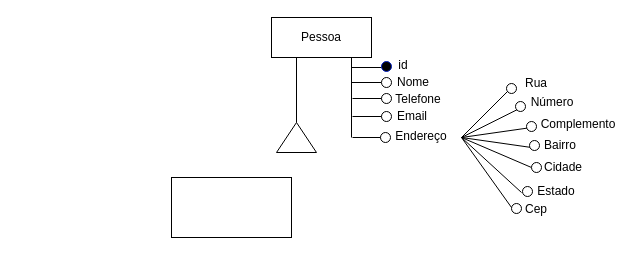
Earlier version of the draw.io diagram Untitled Diagram.drawio (carlosti1099/Universidade). Source tidied: cells renumbered, new cells numbered last; positions are measured from the earlier drawing's top-left corner, leaving out a move shared by most shapes. Both pictures are drawn from the tidied source at 100%, with x=0, y=0 at pixel (171, 17).
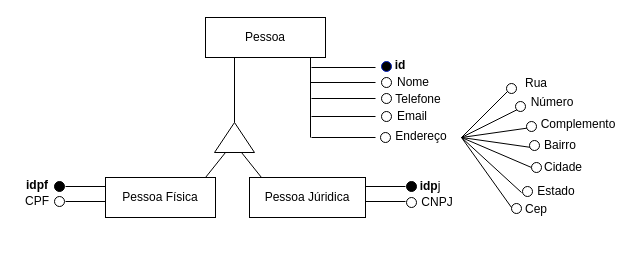
After the change.

The edit, as a diff of the source:
```diff
@@
     <mxCell id="2" value="Pessoa" style="rounded=0;whiteSpace=wrap;html=1;" parent="1" vertex="1">
-      <mxGeometry x="100" width="100" height="40" as="geometry" />
+      <mxGeometry x="34" width="120" height="40" as="geometry" />
     </mxCell>
     <mxCell id="3" style="triangle;whiteSpace=wrap;html=1;rotation=-90;" parent="1" vertex="1">
-      <mxGeometry x="110" y="100" width="30" height="40" as="geometry" />
+      <mxGeometry x="48" y="100" width="30" height="40" as="geometry" />
     </mxCell>
-    <mxCell id="4" style="endArrow=none;html=1;exitX=1;exitY=0.5;exitDx=0;exitDy=0;" parent="1" edge="1" source="3">
+    <mxCell id="4" style="endArrow=none;html=1;exitX=1;exitY=0.5;exitDx=0;exitDy=0;" parent="1" edge="1">
       <mxGeometry relative="1" as="geometry">
-        <mxPoint x="125" y="40" as="targetPoint" />
+        <mxPoint x="63" y="105" as="sourcePoint" />
+        <mxPoint x="63" y="40" as="targetPoint" />
       </mxGeometry>
     </mxCell>
     <mxCell id="5" style="endArrow=none;html=1;" parent="1" edge="1">
       <mxGeometry relative="1" as="geometry">
-        <mxPoint x="180" y="120" as="sourcePoint" />
-        <mxPoint x="180" y="40" as="targetPoint" />
+        <mxPoint x="139" y="120" as="sourcePoint" />
+        <mxPoint x="139" y="40" as="targetPoint" />
       </mxGeometry>
     </mxCell>
     <mxCell id="6" style="endArrow=none;html=1;" parent="1" edge="1">
       <mxGeometry relative="1" as="geometry">
-        <mxPoint x="180" y="50" as="sourcePoint" />
-        <mxPoint x="210" y="50" as="targetPoint" />
+        <mxPoint x="140" y="50" as="sourcePoint" />
+        <mxPoint x="204" y="50" as="targetPoint" />
       </mxGeometry>
     </mxCell>
     <mxCell id="7" style="endArrow=none;html=1;" parent="1" edge="1">
       <mxGeometry relative="1" as="geometry">
-        <mxPoint x="180" y="65" as="sourcePoint" />
-        <mxPoint x="210" y="65" as="targetPoint" />
+        <mxPoint x="139" y="65" as="sourcePoint" />
+        <mxPoint x="204" y="65" as="targetPoint" />
       </mxGeometry>
     </mxCell>
     <mxCell id="8" style="endArrow=none;html=1;" parent="1" edge="1">
       <mxGeometry relative="1" as="geometry">
-        <mxPoint x="181" y="81" as="sourcePoint" />
-        <mxPoint x="211" y="81" as="targetPoint" />
+        <mxPoint x="140" y="81" as="sourcePoint" />
+        <mxPoint x="204" y="81" as="targetPoint" />
       </mxGeometry>
     </mxCell>
     <mxCell id="9" style="endArrow=none;html=1;" parent="1" edge="1">
       <mxGeometry relative="1" as="geometry">
-        <mxPoint x="181" y="99" as="sourcePoint" />
-        <mxPoint x="211" y="99" as="targetPoint" />
+        <mxPoint x="140" y="99" as="sourcePoint" />
+        <mxPoint x="204" y="99" as="targetPoint" />
       </mxGeometry>
     </mxCell>
     <mxCell id="10" style="endArrow=none;html=1;" parent="1" edge="1">
       <mxGeometry relative="1" as="geometry">
-        <mxPoint x="181" y="120" as="sourcePoint" />
-        <mxPoint x="211" y="120" as="targetPoint" />
+        <mxPoint x="140" y="120" as="sourcePoint" />
+        <mxPoint x="204" y="120" as="targetPoint" />
       </mxGeometry>
     </mxCell>
@@
-    <mxCell id="16" value="id" style="text;html=1;strokeColor=none;fillColor=none;align=center;verticalAlign=middle;whiteSpace=wrap;rounded=0;" parent="1" vertex="1">
-      <mxGeometry x="212" y="38" width="40" height="20" as="geometry" />
+    <mxCell id="16" value="id" style="text;html=1;strokeColor=none;fillColor=none;align=center;verticalAlign=middle;whiteSpace=wrap;rounded=0;fontStyle=1;" parent="1" vertex="1">
+      <mxGeometry x="209" y="38" width="40" height="20" as="geometry" />
     </mxCell>
@@
-    <mxCell id="42" style="rounded=0;whiteSpace=wrap;html=1;align=center;" parent="1" vertex="1">
-      <mxGeometry y="160" width="120" height="60" as="geometry" />
+    <mxCell id="42" value="Pessoa Física" style="rounded=0;whiteSpace=wrap;html=1;align=center;" parent="1" vertex="1">
+      <mxGeometry x="-66" y="160" width="110" height="40" as="geometry" />
     </mxCell>
+    <mxCell id="43" value="Pessoa Júridica" style="rounded=0;whiteSpace=wrap;html=1;align=center;" parent="1" vertex="1">
+      <mxGeometry x="78" y="160" width="116" height="40" as="geometry" />
+    </mxCell>
+    <mxCell id="44" style="endArrow=none;html=1;fontColor=none;" parent="1" edge="1">
+      <mxGeometry relative="1" as="geometry">
+        <mxPoint x="34" y="160" as="sourcePoint" />
+        <mxPoint x="54" y="135" as="targetPoint" />
+      </mxGeometry>
+    </mxCell>
+    <mxCell id="45" style="endArrow=none;html=1;fontColor=none;" parent="1" edge="1">
+      <mxGeometry relative="1" as="geometry">
+        <mxPoint x="90" y="160" as="sourcePoint" />
+        <mxPoint x="70" y="135" as="targetPoint" />
+      </mxGeometry>
+    </mxCell>
+    <mxCell id="46" style="endArrow=none;html=1;fontColor=none;" parent="1" edge="1">
+      <mxGeometry relative="1" as="geometry">
+        <mxPoint x="194" y="169" as="sourcePoint" />
+        <mxPoint x="234" y="169" as="targetPoint" />
+      </mxGeometry>
+    </mxCell>
+    <mxCell id="47" style="endArrow=none;html=1;fontColor=none;" parent="1" edge="1">
+      <mxGeometry relative="1" as="geometry">
+        <mxPoint x="194" y="184" as="sourcePoint" />
+        <mxPoint x="234" y="184" as="targetPoint" />
+      </mxGeometry>
+    </mxCell>
+    <mxCell id="48" style="ellipse;whiteSpace=wrap;html=1;" parent="1" vertex="1">
+      <mxGeometry x="235" y="180" width="10" height="10" as="geometry" />
+    </mxCell>
+    <mxCell id="49" style="ellipse;whiteSpace=wrap;html=1;fillColor=#000000;" parent="1" vertex="1">
+      <mxGeometry x="235" y="164" width="10" height="10" as="geometry" />
+    </mxCell>
+    <mxCell id="50" value="&lt;b&gt;idp&lt;/b&gt;j" style="text;html=1;strokeColor=none;fillColor=none;align=center;verticalAlign=middle;whiteSpace=wrap;rounded=0;fontColor=none;" parent="1" vertex="1">
+      <mxGeometry x="239" y="159" width="40" height="20" as="geometry" />
+    </mxCell>
+    <mxCell id="51" value="CNPJ" style="text;html=1;strokeColor=none;fillColor=none;align=center;verticalAlign=middle;whiteSpace=wrap;rounded=0;fontColor=none;" parent="1" vertex="1">
+      <mxGeometry x="246" y="175" width="40" height="20" as="geometry" />
+    </mxCell>
+    <mxCell id="52" value="idpf" style="text;html=1;strokeColor=none;fillColor=none;align=center;verticalAlign=middle;whiteSpace=wrap;rounded=0;fontColor=none;fontStyle=1;" parent="1" vertex="1">
+      <mxGeometry x="-154" y="158" width="40" height="20" as="geometry" />
+    </mxCell>
+    <mxCell id="53" value="CPF" style="text;html=1;strokeColor=none;fillColor=none;align=center;verticalAlign=middle;whiteSpace=wrap;rounded=0;fontColor=none;" parent="1" vertex="1">
+      <mxGeometry x="-154" y="174" width="40" height="20" as="geometry" />
+    </mxCell>
+    <mxCell id="54" style="endArrow=none;html=1;fontColor=none;" parent="1" edge="1">
+      <mxGeometry relative="1" as="geometry">
+        <mxPoint x="-106" y="169" as="sourcePoint" />
+        <mxPoint x="-66" y="169" as="targetPoint" />
+      </mxGeometry>
+    </mxCell>
+    <mxCell id="55" style="endArrow=none;html=1;fontColor=none;" parent="1" edge="1">
+      <mxGeometry relative="1" as="geometry">
+        <mxPoint x="-106" y="184" as="sourcePoint" />
+        <mxPoint x="-66" y="184" as="targetPoint" />
+      </mxGeometry>
+    </mxCell>
+    <mxCell id="56" style="ellipse;whiteSpace=wrap;html=1;fontColor=#000000;fillColor=#000000;" parent="1" vertex="1">
+      <mxGeometry x="-117" y="164" width="10" height="10" as="geometry" />
+    </mxCell>
+    <mxCell id="57" style="ellipse;whiteSpace=wrap;html=1;" parent="1" vertex="1">
+      <mxGeometry x="-117" y="179" width="10" height="10" as="geometry" />
+    </mxCell>
```
